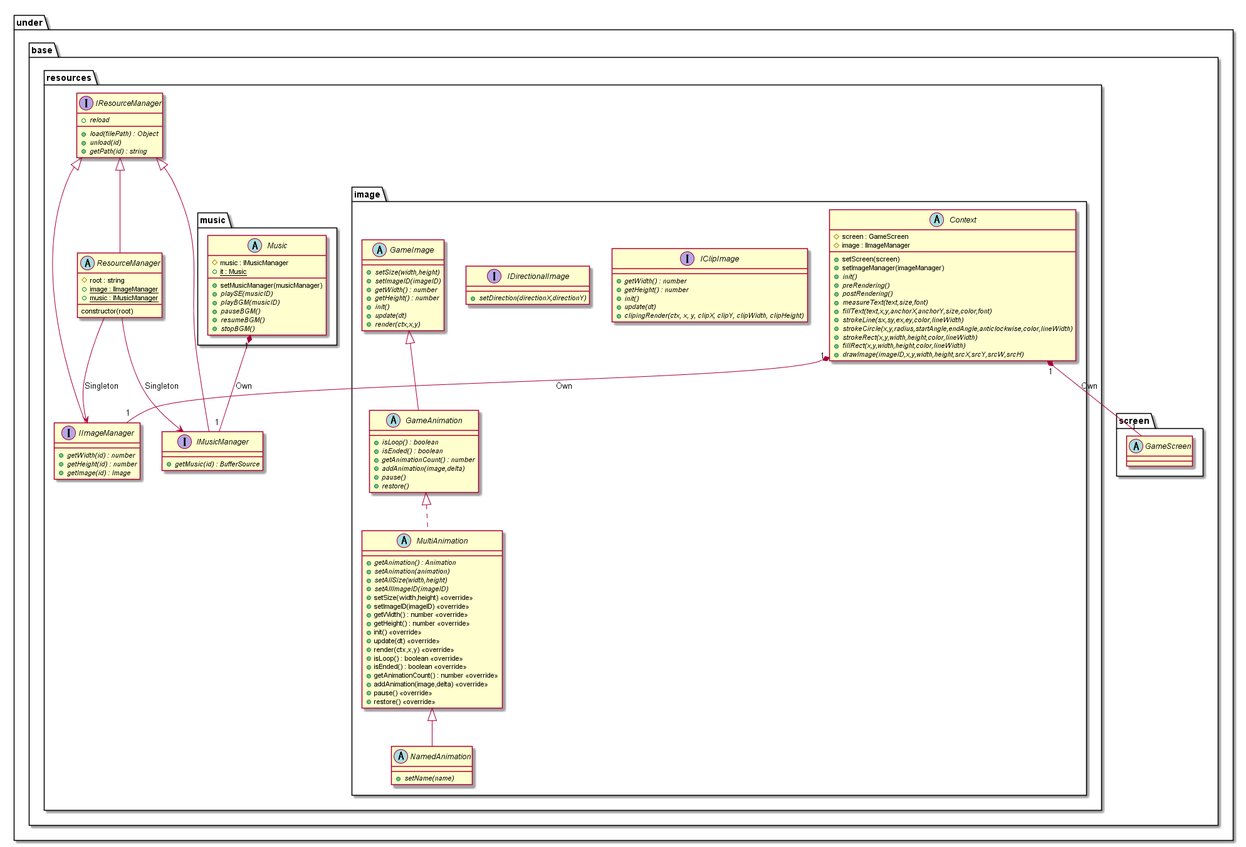
Before: out/uml/gamebase/BaseResource/GameBaseBaseResource.png, a diagram exported from PlantUML (Expine/Under).
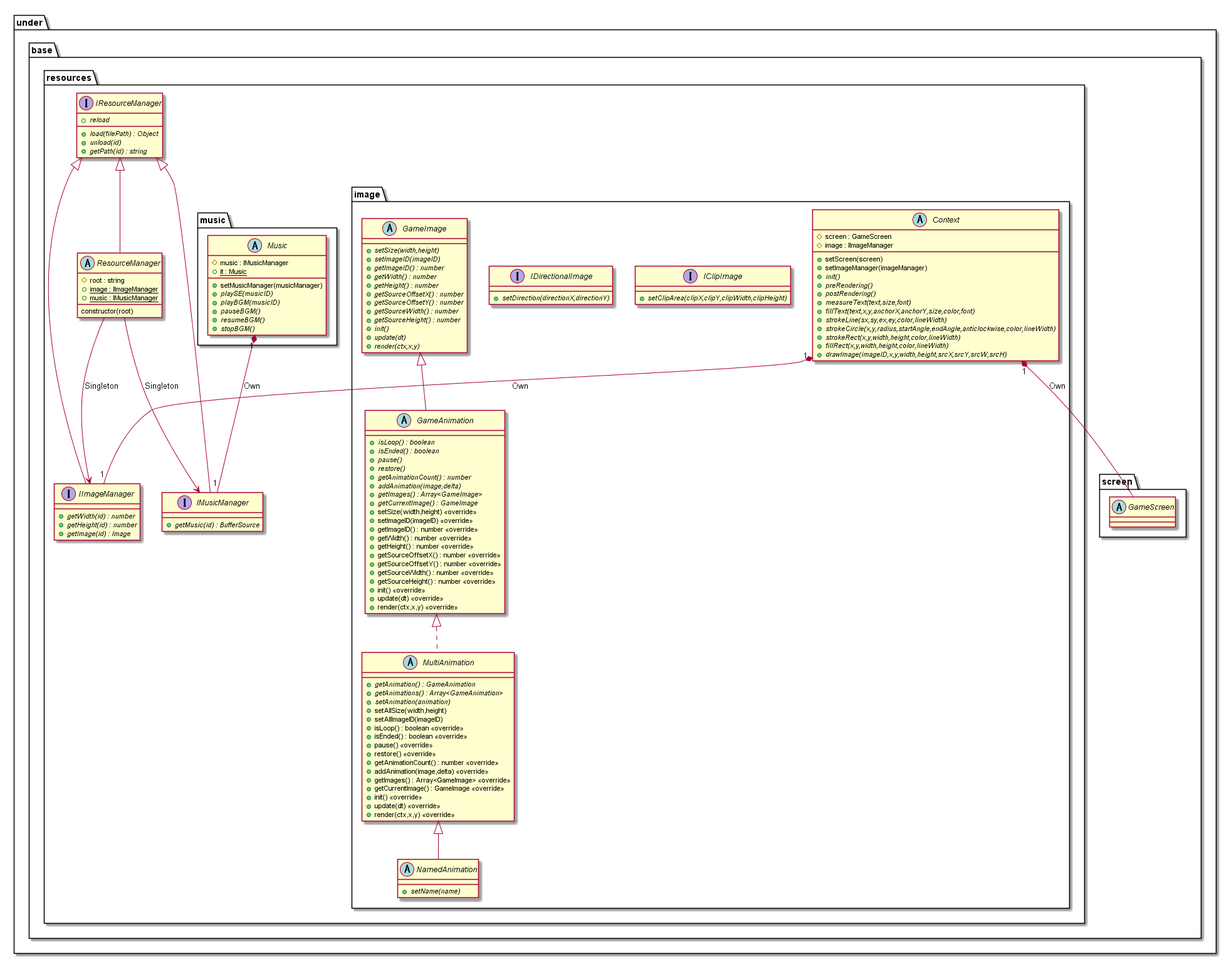
The same file after the commit.

Diff of the diagram source:
```diff
@@ -56,11 +56,7 @@
                 }
 
                 interface IClipImage {
-                    {abstract} +getWidth() : number
-                    {abstract} +getHeight() : number
-                    {abstract} +init()
-                    {abstract} +update(dt)
-                    {abstract} +clipingRender(ctx, x, y, clipX, clipY, clipWidth, clipHeight)
+                    {abstract} +setClipArea(clipX,clipY,clipWidth,clipHeight)
                 }
                 interface IDirectionalImage {
                     {abstract} +setDirection(directionX,directionY)
@@ -69,8 +65,13 @@
                 abstract GameImage {
                     {abstract} +setSize(width,height)
                     {abstract} +setImageID(imageID)
+                    {abstract} +getImageID() : number
                     {abstract} +getWidth() : number
                     {abstract} +getHeight() : number
+                    {abstract} +getSourceOffsetX() : number
+                    {abstract} +getSourceOffsetY() : number
+                    {abstract} +getSourceWidth() : number
+                    {abstract} +getSourceHeight() : number
                     {abstract} +init()
                     {abstract} +update(dt)
                     {abstract} +render(ctx,x,y)
@@ -79,29 +80,42 @@
                 abstract GameAnimation {
                     {abstract} +isLoop() : boolean
                     {abstract} +isEnded() : boolean
+                    {abstract} +pause()
+                    {abstract} +restore()
                     {abstract} +getAnimationCount() : number
                     {abstract} +addAnimation(image,delta)
-                    {abstract} +pause()
-                    {abstract} +restore()
-                }
-                abstract MultiAnimation {
-                    {abstract} +getAnimation() : Animation
-                    {abstract} +setAnimation(animation)
-                    {abstract} +setAllSize(width,height)
-                    {abstract} +setAllImageID(imageID)
+                    {abstract} +getImages() : Array<GameImage>
+                    {abstract} +getCurrentImage() : GameImage
                     +setSize(width,height) <<override>>
                     +setImageID(imageID) <<override>>
+                    +getImageID() : number <<override>>
                     +getWidth() : number <<override>>
                     +getHeight() : number <<override>>
+                    +getSourceOffsetX() : number <<override>>
+                    +getSourceOffsetY() : number <<override>>
+                    +getSourceWidth() : number <<override>>
+                    +getSourceHeight() : number <<override>>
                     +init() <<override>>
                     +update(dt) <<override>>
                     +render(ctx,x,y) <<override>>
+                }
+                abstract MultiAnimation {
+                    {abstract} +getAnimation() : GameAnimation
+                    {abstract} +getAnimations() : Array<GameAnimation>
+                    {abstract} +setAnimation(animation)
+                    +setAllSize(width,height)
+                    +setAllImageID(imageID)
                     +isLoop() : boolean <<override>>
                     +isEnded() : boolean <<override>>
+                    +pause() <<override>>
+                    +restore() <<override>>
                     +getAnimationCount() : number <<override>>
                     +addAnimation(image,delta) <<override>>
-                    +pause() <<override>>
-                    +restore() <<override>>
+                    +getImages() : Array<GameImage> <<override>>
+                    +getCurrentImage() : GameImage <<override>>
+                    +init() <<override>>
+                    +update(dt) <<override>>
+                    +render(ctx,x,y) <<override>>
                 }
                 abstract NamedAnimation {
                     {abstract} +setName(name)
```
